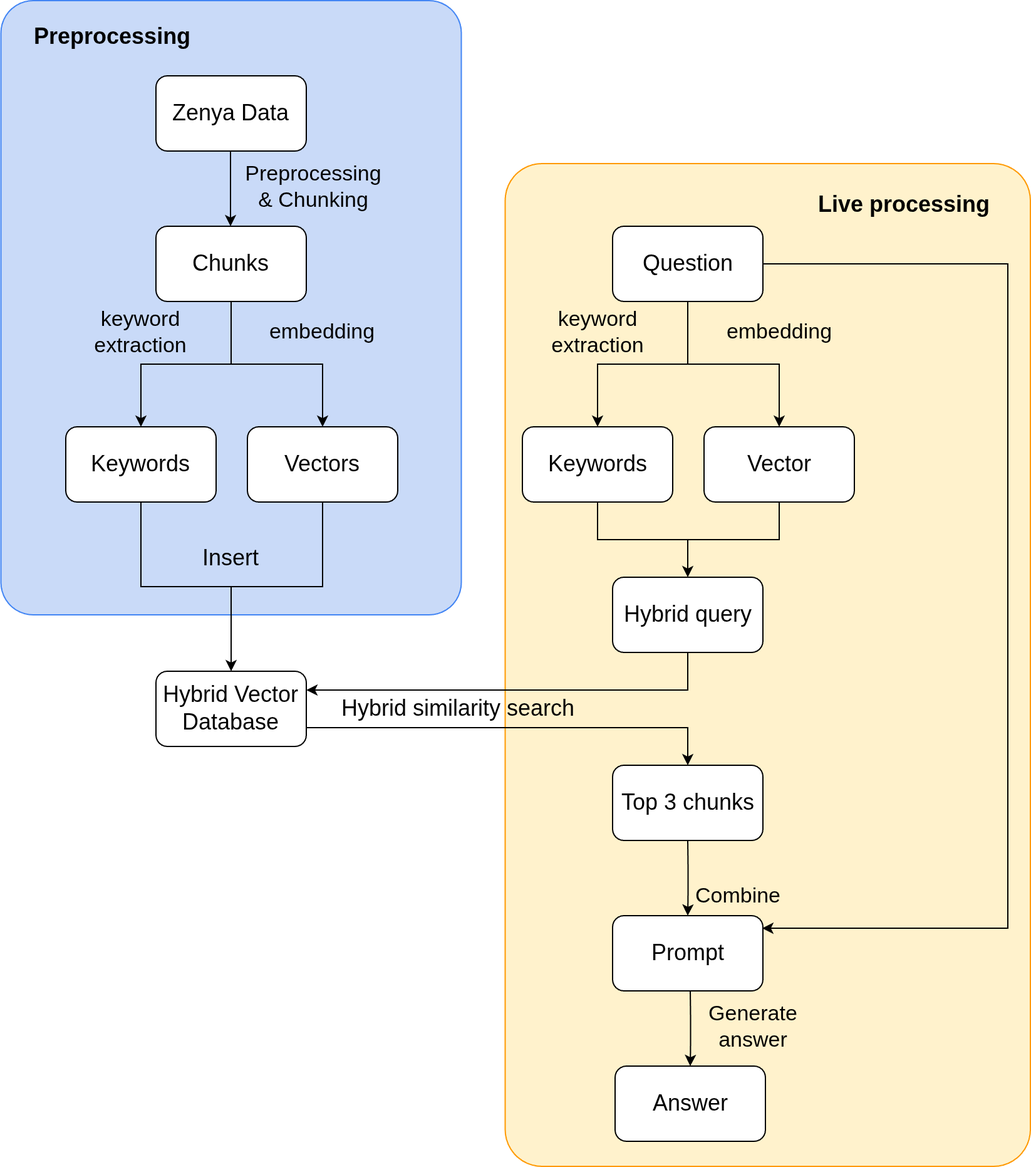
Before: fig/dataflow_graph.png, a diagram exported from draw.io (Gianni-Van-de-Velde/thesis-paper). Source tidied: cells renumbered, new cells last; positions are measured from the earlier drawing's top-left corner, leaving out a move shared by most shapes.
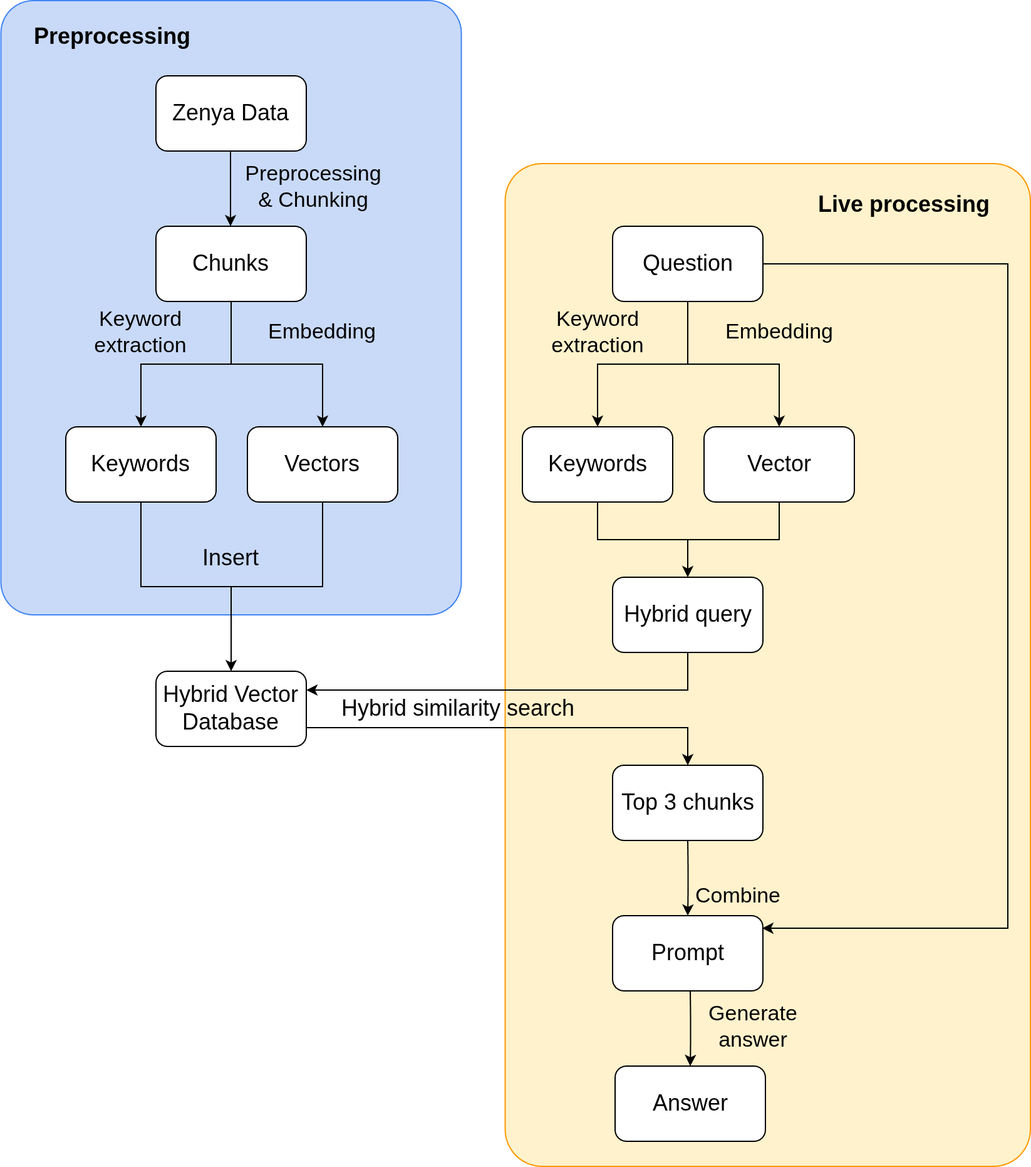
After the commit.

Change to the diagram source:
```diff
@@ -94,16 +94,16 @@
     <mxCell id="30" value="Hybrid similarity search" style="text;html=1;align=center;verticalAlign=middle;whiteSpace=wrap;rounded=0;fontSize=18;" parent="1" vertex="1">
       <mxGeometry x="265.8" y="550" width="199.2" height="30" as="geometry" />
     </mxCell>
-    <mxCell id="31" value="embedding" style="text;html=1;align=center;verticalAlign=middle;whiteSpace=wrap;rounded=0;fontSize=17;" parent="1" vertex="1">
+    <mxCell id="31" value="Embedding" style="text;html=1;align=center;verticalAlign=middle;whiteSpace=wrap;rounded=0;fontSize=17;" parent="1" vertex="1">
       <mxGeometry x="227" y="250" width="60" height="30" as="geometry" />
     </mxCell>
-    <mxCell id="32" value="embedding" style="text;html=1;align=center;verticalAlign=middle;whiteSpace=wrap;rounded=0;fontSize=17;" parent="1" vertex="1">
+    <mxCell id="32" value="Embedding" style="text;html=1;align=center;verticalAlign=middle;whiteSpace=wrap;rounded=0;fontSize=17;" parent="1" vertex="1">
       <mxGeometry x="591.5" y="250" width="60" height="30" as="geometry" />
     </mxCell>
-    <mxCell id="33" value="keyword extraction" style="text;html=1;align=center;verticalAlign=middle;whiteSpace=wrap;rounded=0;fontSize=17;" parent="1" vertex="1">
+    <mxCell id="33" value="Keyword extraction" style="text;html=1;align=center;verticalAlign=middle;whiteSpace=wrap;rounded=0;fontSize=17;" parent="1" vertex="1">
       <mxGeometry x="82" y="250" width="60" height="30" as="geometry" />
     </mxCell>
-    <mxCell id="34" value="keyword extraction" style="text;html=1;align=center;verticalAlign=middle;whiteSpace=wrap;rounded=0;fontSize=17;" parent="1" vertex="1">
+    <mxCell id="34" value="Keyword extraction" style="text;html=1;align=center;verticalAlign=middle;whiteSpace=wrap;rounded=0;fontSize=17;" parent="1" vertex="1">
       <mxGeometry x="446.5" y="250" width="60" height="30" as="geometry" />
     </mxCell>
     <mxCell id="35" value="&lt;div&gt;Answer&lt;/div&gt;" style="rounded=1;whiteSpace=wrap;html=1;fontSize=18;" parent="1" vertex="1">
```
